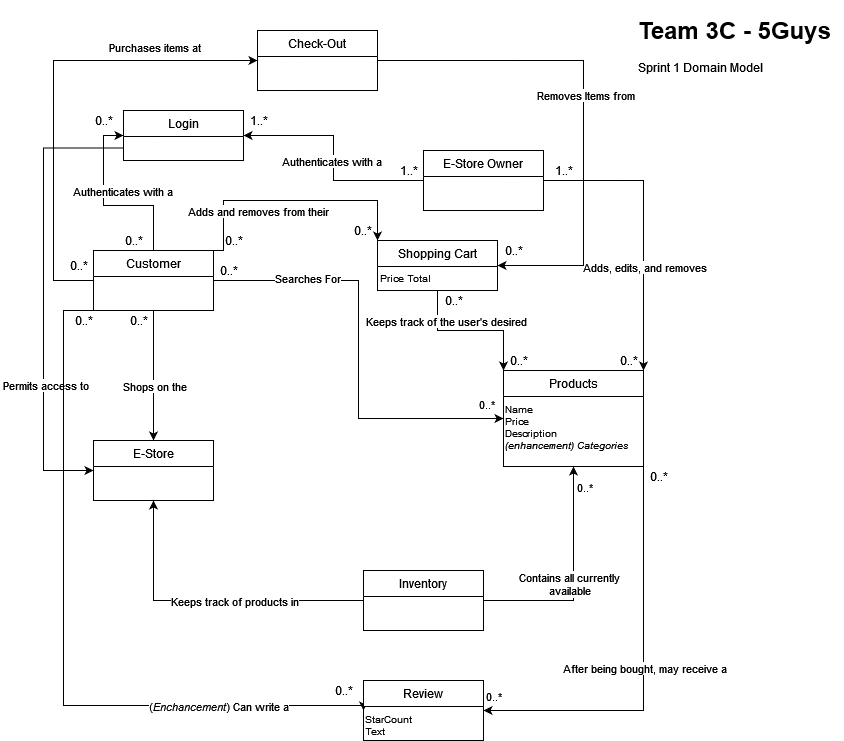
Earlier version of the draw.io export docs/domain-model.png (awb8593/Monkey-Rental-Service). Source tidied: cells renumbered, new cells last; positions are measured from the earlier drawing's top-left corner, leaving out a move shared by most shapes.
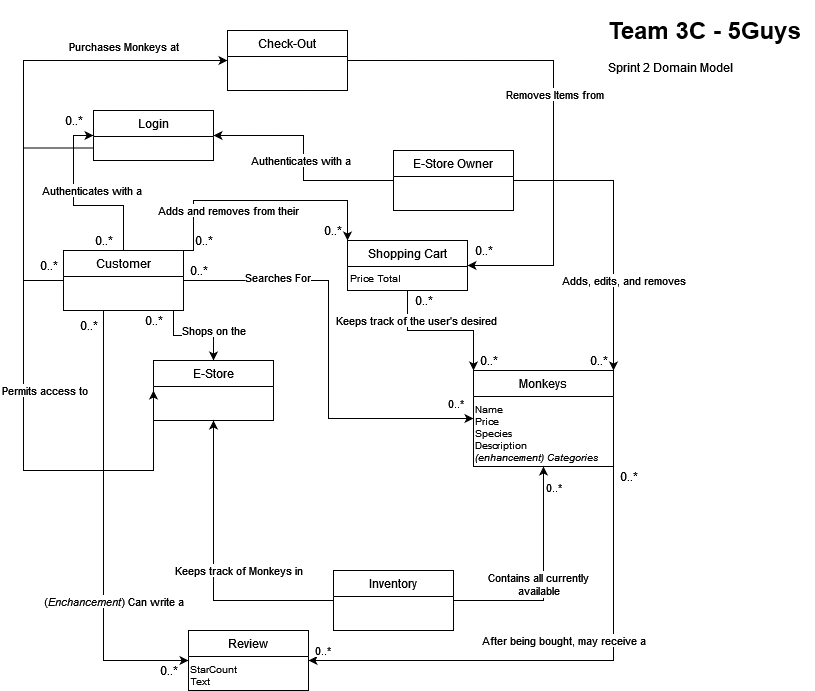
Later version of the same file.

Commit message:
Updated Domain Model to Sprint 2

What changed in the source:
```diff
@@ -7,18 +7,18 @@
     </mxCell>
     <mxCell id="3" value="After being bought, may receive a" style="edgeLabel;html=1;align=center;verticalAlign=middle;" parent="2" vertex="1">
       <mxGeometry x="-0.14" y="-2" relative="1" as="geometry">
-        <mxPoint x="2" y="28" as="offset" />
+        <mxPoint x="-30" y="-18" as="offset" />
       </mxGeometry>
     </mxCell>
     <mxCell id="4" value="0..*" style="edgeLabel;html=1;align=center;verticalAlign=middle;" parent="2" vertex="1">
       <mxGeometry x="0.92" relative="1" as="geometry">
-        <mxPoint x="-8" y="-15" as="offset" />
+        <mxPoint x="-8" y="-10" as="offset" />
       </mxGeometry>
     </mxCell>
-    <mxCell id="5" value="Products" style="swimlane;fontStyle=0;align=center;verticalAlign=top;horizontal=1;startSize=26;rounded=0;shadow=0;strokeWidth=1;" parent="1" vertex="1">
+    <mxCell id="5" value="Monkeys" style="swimlane;fontStyle=0;align=center;verticalAlign=top;horizontal=1;startSize=26;rounded=0;shadow=0;strokeWidth=1;" parent="1" vertex="1">
       <mxGeometry x="460" y="360" width="140" height="96" as="geometry" />
     </mxCell>
-    <mxCell id="6" value="&lt;div style=&quot;font-size: 10px&quot;&gt;&lt;font style=&quot;font-size: 10px&quot;&gt;Name &lt;br&gt;&lt;/font&gt;&lt;/div&gt;&lt;div style=&quot;font-size: 10px&quot;&gt;&lt;font style=&quot;font-size: 10px&quot;&gt;Price&lt;/font&gt;&lt;/div&gt;&lt;div style=&quot;font-size: 10px&quot;&gt;Description&lt;/div&gt;&lt;div style=&quot;font-size: 10px&quot;&gt;&lt;i&gt;(enhancement) Categories &lt;/i&gt;&lt;br&gt;&lt;/div&gt;" style="text;whiteSpace=wrap;html=1;" parent="5" vertex="1">
+    <mxCell id="6" value="&lt;div style=&quot;font-size: 10px&quot;&gt;&lt;font style=&quot;font-size: 10px&quot;&gt;Name &lt;br&gt;&lt;/font&gt;&lt;/div&gt;&lt;div style=&quot;font-size: 10px&quot;&gt;&lt;font style=&quot;font-size: 10px&quot;&gt;Price&lt;/font&gt;&lt;/div&gt;&lt;div style=&quot;font-size: 10px&quot;&gt;&lt;font style=&quot;font-size: 10px&quot;&gt;Species&lt;br&gt;&lt;/font&gt;&lt;/div&gt;&lt;div style=&quot;font-size: 10px&quot;&gt;Description&lt;/div&gt;&lt;div style=&quot;font-size: 10px&quot;&gt;&lt;i&gt;(enhancement) Categories &lt;/i&gt;&lt;br&gt;&lt;/div&gt;" style="text;whiteSpace=wrap;html=1;" parent="5" vertex="1">
       <mxGeometry y="26" width="140" height="70" as="geometry" />
     </mxCell>
     <mxCell id="7" style="edgeStyle=orthogonalEdgeStyle;rounded=0;jettySize=auto;html=1;entryX=0.5;entryY=1;entryDx=0;entryDy=0;endArrow=classic;endFill=1;strokeColor=#000000;" parent="1" edge="1" source="12" target="5">
@@ -35,7 +35,7 @@
     <mxCell id="10" style="edgeStyle=orthogonalEdgeStyle;rounded=0;jettySize=auto;html=1;exitX=0;exitY=0.5;exitDx=0;exitDy=0;entryX=0.5;entryY=1;entryDx=0;entryDy=0;" parent="1" edge="1" source="12" target="30">
       <mxGeometry relative="1" as="geometry" />
     </mxCell>
-    <mxCell id="11" value="Keeps track of products in" style="edgeLabel;html=1;align=center;verticalAlign=middle;" parent="10" vertex="1">
+    <mxCell id="11" value="Keeps track of Monkeys in" style="edgeLabel;html=1;align=center;verticalAlign=middle;" parent="10" vertex="1">
       <mxGeometry relative="1" as="geometry">
         <mxPoint x="25" as="offset" />
       </mxGeometry>
@@ -46,13 +46,16 @@
     <mxCell id="13" style="edgeStyle=orthogonalEdgeStyle;rounded=0;jettySize=auto;html=1;exitX=0;exitY=0.75;exitDx=0;exitDy=0;entryX=0;entryY=0.5;entryDx=0;entryDy=0;" parent="1" edge="1" source="15" target="30">
       <mxGeometry relative="1" as="geometry">
         <Array as="points">
-          <mxPoint y="138" />
-          <mxPoint y="460" />
+          <mxPoint x="10" y="138" />
+          <mxPoint x="10" y="460" />
+          <mxPoint x="140" y="460" />
         </Array>
       </mxGeometry>
     </mxCell>
     <mxCell id="14" value="Permits access to " style="edgeLabel;html=1;align=center;verticalAlign=middle;" parent="13" vertex="1">
-      <mxGeometry x="0.4" y="1" relative="1" as="geometry" />
+      <mxGeometry x="0.4" y="1" relative="1" as="geometry">
+        <mxPoint x="-9" y="-79" as="offset" />
+      </mxGeometry>
     </mxCell>
     <mxCell id="15" value="Login" style="swimlane;fontStyle=0;align=center;verticalAlign=top;horizontal=1;startSize=26;rounded=0;shadow=0;strokeWidth=1;" parent="1" vertex="1">
       <mxGeometry x="80" y="100" width="120" height="50" as="geometry" />
@@ -66,10 +69,17 @@
       </mxGeometry>
     </mxCell>
     <mxCell id="18" style="edgeStyle=orthogonalEdgeStyle;rounded=0;jettySize=auto;html=1;entryX=0.5;entryY=0;entryDx=0;entryDy=0;" parent="1" edge="1" source="29" target="30">
-      <mxGeometry relative="1" as="geometry" />
+      <mxGeometry relative="1" as="geometry">
+        <Array as="points">
+          <mxPoint x="160" y="325" />
+          <mxPoint x="200" y="325" />
+        </Array>
+      </mxGeometry>
     </mxCell>
     <mxCell id="19" value="Shops on the" style="edgeLabel;html=1;align=center;verticalAlign=middle;" parent="18" vertex="1">
-      <mxGeometry x="0.16" relative="1" as="geometry" />
+      <mxGeometry x="0.16" relative="1" as="geometry">
+        <mxPoint x="13" y="-5" as="offset" />
+      </mxGeometry>
     </mxCell>
     <mxCell id="20" style="edgeStyle=orthogonalEdgeStyle;rounded=0;jettySize=auto;html=1;entryX=0;entryY=0.5;entryDx=0;entryDy=0;endArrow=classic;endFill=1;strokeColor=#000000;" parent="1" edge="1" source="29" target="5">
       <mxGeometry relative="1" as="geometry" />
@@ -104,7 +114,7 @@
         </Array>
       </mxGeometry>
     </mxCell>
-    <mxCell id="26" value="Purchases items at" style="edgeLabel;html=1;align=center;verticalAlign=middle;" parent="25" vertex="1">
+    <mxCell id="26" value="Purchases Monkeys at" style="edgeLabel;html=1;align=center;verticalAlign=middle;" parent="25" vertex="1">
       <mxGeometry x="0.09" relative="1" as="geometry">
         <mxPoint x="100" y="-22" as="offset" />
       </mxGeometry>
@@ -112,21 +122,21 @@
     <mxCell id="27" style="edgeStyle=orthogonalEdgeStyle;rounded=0;jettySize=auto;html=1;exitX=0;exitY=1;exitDx=0;exitDy=0;entryX=0;entryY=0.5;entryDx=0;entryDy=0;endArrow=classic;endFill=1;strokeColor=#000000;" parent="1" edge="1" source="29" target="42">
       <mxGeometry relative="1" as="geometry">
         <Array as="points">
-          <mxPoint x="20" y="300" />
-          <mxPoint x="20" y="695" />
+          <mxPoint x="90" y="300" />
+          <mxPoint x="90" y="650" />
         </Array>
       </mxGeometry>
     </mxCell>
     <mxCell id="28" value="(&lt;i&gt;Enchancement&lt;/i&gt;) Can write a" style="edgeLabel;html=1;align=center;verticalAlign=middle;" parent="27" vertex="1">
       <mxGeometry x="0.47" y="5" relative="1" as="geometry">
-        <mxPoint x="42" y="5" as="offset" />
+        <mxPoint x="5" y="-19" as="offset" />
       </mxGeometry>
     </mxCell>
     <mxCell id="29" value="Customer" style="swimlane;fontStyle=0;align=center;verticalAlign=top;horizontal=1;startSize=26;rounded=0;shadow=0;strokeWidth=1;" parent="1" vertex="1">
       <mxGeometry x="50" y="240" width="120" height="60" as="geometry" />
     </mxCell>
     <mxCell id="30" value="E-Store" style="swimlane;fontStyle=0;align=center;verticalAlign=top;horizontal=1;startSize=26;rounded=0;shadow=0;strokeWidth=1;" parent="1" vertex="1">
-      <mxGeometry x="50" y="430" width="120" height="60" as="geometry" />
+      <mxGeometry x="140" y="350" width="120" height="60" as="geometry" />
     </mxCell>
     <mxCell id="31" style="edgeStyle=orthogonalEdgeStyle;rounded=0;jettySize=auto;html=1;entryX=1;entryY=0.5;entryDx=0;entryDy=0;endArrow=classic;endFill=1;strokeColor=#000000;" parent="1" edge="1" source="35" target="15">
       <mxGeometry relative="1" as="geometry" />
@@ -141,7 +151,7 @@
     </mxCell>
     <mxCell id="34" value="Adds, edits, and removes" style="edgeLabel;html=1;align=center;verticalAlign=middle;" parent="33" vertex="1">
       <mxGeometry x="0.11" y="4" relative="1" as="geometry">
-        <mxPoint x="-4" y="25" as="offset" />
+        <mxPoint x="6" y="39" as="offset" />
       </mxGeometry>
     </mxCell>
     <mxCell id="35" value="E-Store Owner" style="swimlane;fontStyle=0;align=center;verticalAlign=top;horizontal=1;startSize=26;rounded=0;shadow=0;strokeWidth=1;" parent="1" vertex="1">
@@ -178,12 +188,12 @@
       <mxGeometry x="214" y="20" width="120" height="60" as="geometry" />
     </mxCell>
     <mxCell id="42" value="Review" style="swimlane;fontStyle=0;align=center;verticalAlign=top;horizontal=1;startSize=26;rounded=0;shadow=0;strokeWidth=1;" parent="1" vertex="1">
-      <mxGeometry x="320" y="670" width="120" height="60" as="geometry" />
+      <mxGeometry x="175" y="620" width="120" height="60" as="geometry" />
     </mxCell>
     <mxCell id="43" value="&lt;div style=&quot;font-size: 10px&quot;&gt;&lt;font style=&quot;font-size: 10px&quot;&gt;StarCount&lt;/font&gt;&lt;/div&gt;&lt;div style=&quot;font-size: 10px&quot;&gt;&lt;font style=&quot;font-size: 10px&quot;&gt;Text&lt;/font&gt;&lt;br&gt;&lt;/div&gt;" style="text;whiteSpace=wrap;html=1;" parent="42" vertex="1">
       <mxGeometry y="26" width="120" height="34" as="geometry" />
     </mxCell>
-    <mxCell id="44" value="&lt;h1&gt;Team 3C - 5Guys&lt;br&gt;&lt;/h1&gt;&lt;p&gt;Sprint 1 Domain Model&lt;br&gt;&lt;/p&gt;" style="text;html=1;strokeColor=none;fillColor=none;spacing=5;spacingTop=-20;whiteSpace=wrap;overflow=hidden;rounded=0;" parent="1" vertex="1">
+    <mxCell id="44" value="&lt;h1&gt;Team 3C - 5Guys&lt;br&gt;&lt;/h1&gt;&lt;p&gt;Sprint 2 Domain Model&lt;br&gt;&lt;/p&gt;" style="text;html=1;strokeColor=none;fillColor=none;spacing=5;spacingTop=-20;whiteSpace=wrap;overflow=hidden;rounded=0;" parent="1" vertex="1">
       <mxGeometry x="590" width="210" height="120" as="geometry" />
     </mxCell>
     <mxCell id="45" value="0..*" style="text;html=1;align=center;verticalAlign=middle;strokeColor=none;fillColor=none;" parent="1" vertex="1">
@@ -201,18 +211,9 @@
     <mxCell id="49" value="0..*" style="text;html=1;align=center;verticalAlign=middle;strokeColor=none;fillColor=none;" parent="1" vertex="1">
       <mxGeometry x="304" y="210" width="30" height="20" as="geometry" />
     </mxCell>
-    <mxCell id="50" value="1..*" style="text;html=1;align=center;verticalAlign=middle;strokeColor=none;fillColor=none;" parent="1" vertex="1">
-      <mxGeometry x="350" y="150" width="30" height="20" as="geometry" />
-    </mxCell>
-    <mxCell id="51" value="1..*" style="text;html=1;align=center;verticalAlign=middle;strokeColor=none;fillColor=none;" parent="1" vertex="1">
-      <mxGeometry x="200" y="100" width="30" height="20" as="geometry" />
-    </mxCell>
     <mxCell id="52" value="0..*" style="text;html=1;align=center;verticalAlign=middle;strokeColor=none;fillColor=none;" parent="1" vertex="1">
       <mxGeometry x="455" y="230" width="30" height="20" as="geometry" />
     </mxCell>
-    <mxCell id="53" value="1..*" style="text;html=1;align=center;verticalAlign=middle;strokeColor=none;fillColor=none;" parent="1" vertex="1">
-      <mxGeometry x="505" y="150" width="30" height="20" as="geometry" />
-    </mxCell>
     <mxCell id="54" value="0..*" style="text;html=1;align=center;verticalAlign=middle;strokeColor=none;fillColor=none;" parent="1" vertex="1">
       <mxGeometry x="570" y="340" width="30" height="20" as="geometry" />
     </mxCell>
@@ -226,13 +227,13 @@
       <mxGeometry x="600" y="456" width="30" height="20" as="geometry" />
     </mxCell>
     <mxCell id="58" value="0..*" style="text;html=1;align=center;verticalAlign=middle;strokeColor=none;fillColor=none;" parent="1" vertex="1">
-      <mxGeometry x="80" y="300" width="30" height="20" as="geometry" />
+      <mxGeometry x="125" y="300" width="30" height="20" as="geometry" />
     </mxCell>
     <mxCell id="59" value="0..*" style="text;html=1;align=center;verticalAlign=middle;strokeColor=none;fillColor=none;" parent="1" vertex="1">
-      <mxGeometry x="25" y="300" width="30" height="20" as="geometry" />
+      <mxGeometry x="60" y="305" width="30" height="20" as="geometry" />
     </mxCell>
     <mxCell id="60" value="0..*" style="text;html=1;align=center;verticalAlign=middle;strokeColor=none;fillColor=none;" parent="1" vertex="1">
-      <mxGeometry x="285" y="670" width="30" height="20" as="geometry" />
+      <mxGeometry x="140" y="650" width="30" height="20" as="geometry" />
     </mxCell>
     <mxCell id="61" value="0..*" style="text;html=1;align=center;verticalAlign=middle;strokeColor=none;fillColor=none;" parent="1" vertex="1">
       <mxGeometry x="170" y="250" width="30" height="20" as="geometry" />
```
